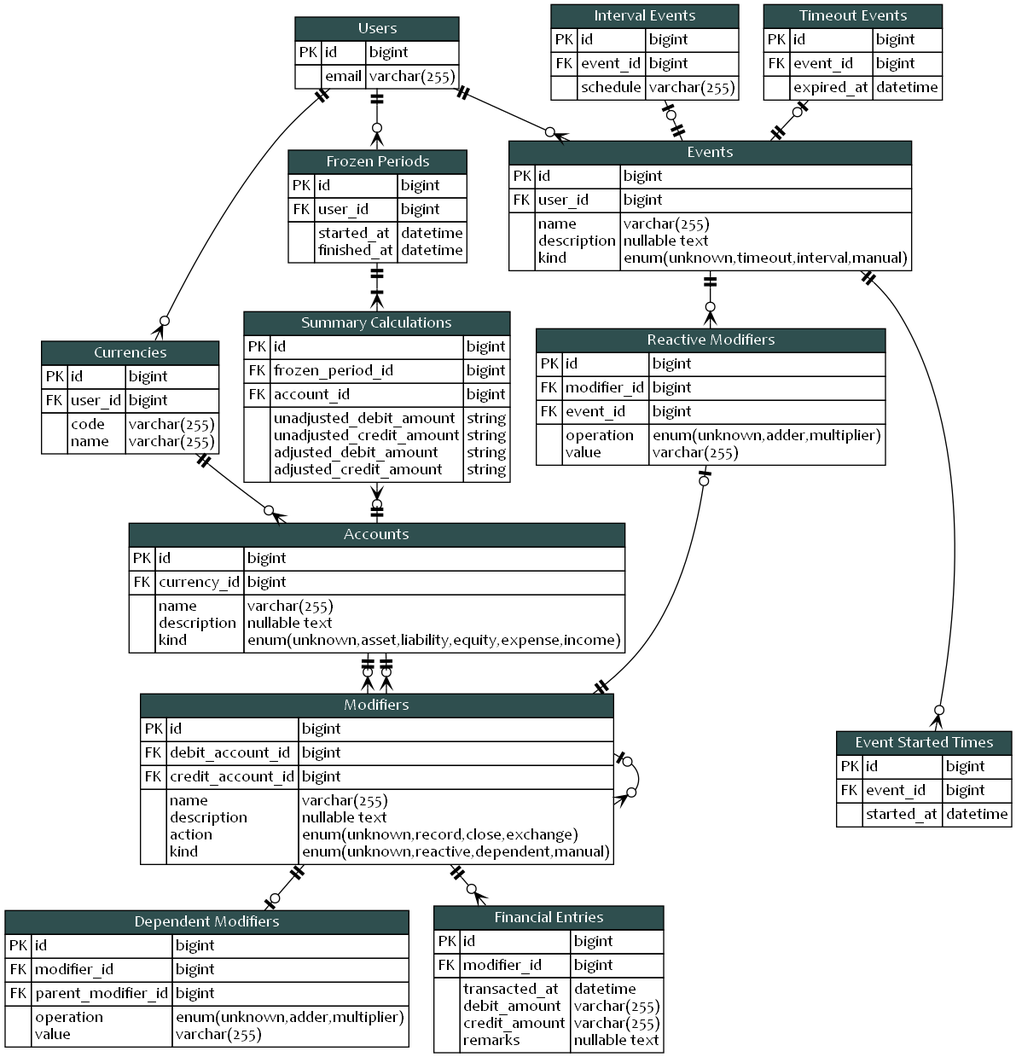
The Graphviz diagram blueprint/erd.png in KennethTrecy/peratorakka_server, before a commit. Its source is kept beside it as blueprint/erd.dot.
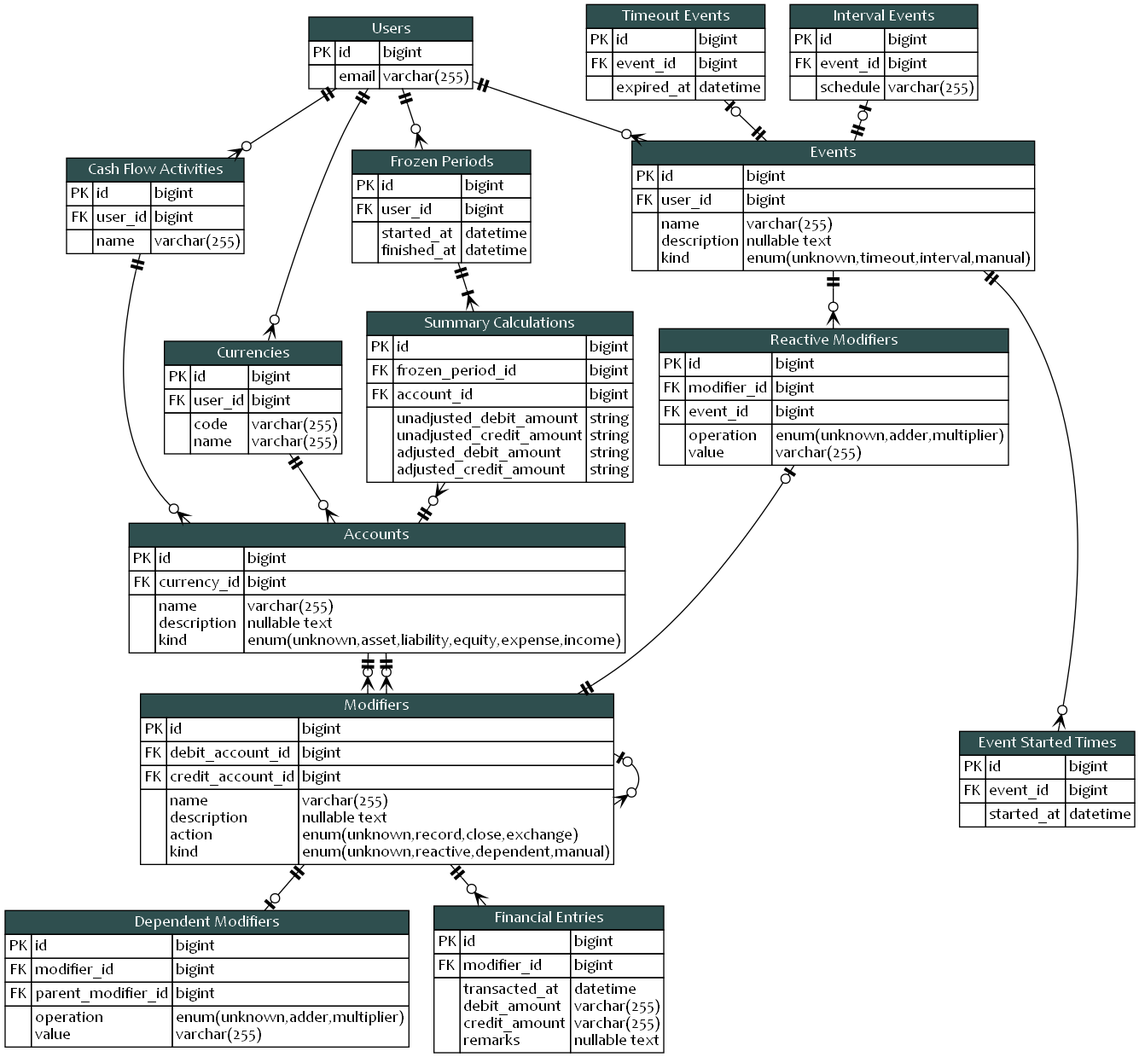
The same diagram one commit later.

Commit message:
docs(blueprint): add cash flow activities table

What changed in the source:
```diff
@@ -61,6 +61,38 @@
 					</td>
 					<td align="left">
 						varchar(255)<br align="left"/>
+						varchar(255)<br align="left"/>
+					</td>
+				</tr>
+			</table>
+			>
+		]
+		cash_flow_activities [
+			label = <
+			<table cellspacing="0" border="0" cellborder="1">
+				<tr>
+					<td colspan="3" bgcolor="darkslategray">
+						<font color="white">
+							Cash Flow Activities
+						</font>
+					</td>
+				</tr>
+				<tr>
+					<td>PK</td>
+					<td align="left">id</td>
+					<td align="left">bigint</td>
+				</tr>
+				<tr>
+					<td>FK</td>
+					<td align="left">user_id</td>
+					<td align="left">bigint</td>
+				</tr>
+				<tr>
+					<td></td>
+					<td align="left">
+						name<br align="left"/>
+					</td>
+					<td align="left">
 						varchar(255)<br align="left"/>
 					</td>
 				</tr>
@@ -493,7 +525,9 @@
 		]
 
 		users -> currencies
+		users -> cash_flow_activities
 		currencies -> accounts
+		cash_flow_activities -> accounts
 		users -> events
 		accounts -> modifiers
 		accounts -> modifiers
@@ -532,6 +566,7 @@
 	{
 		rank = same;
 		events
+		cash_flow_activities
 		frozen_periods
 	}
 
```
